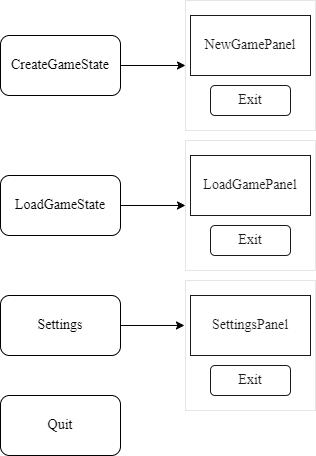
This is ДипломДокументы/ПЗFarm/Основная часть/Схемы/mainmenu.drawio (1).png from MAZUTA89/Farmer-s-Valley, a draw.io export, as it was before one commit. Source tidied: cells renumbered, new cells last; positions are measured from the earlier drawing's top-left corner, leaving out a move shared by most shapes.
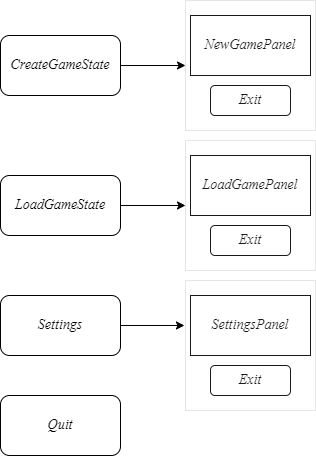
After the commit.

What changed in the source:
```diff
@@ -2,52 +2,52 @@
   <root>
     <mxCell id="0" />
     <mxCell id="1" parent="0" />
-    <mxCell id="2" value="CreateGameState" style="rounded=1;whiteSpace=wrap;html=1;fontSize=14;fontFamily=Times New Roman;" parent="1" vertex="1">
+    <mxCell id="2" value="CreateGameState" style="rounded=1;whiteSpace=wrap;html=1;fontSize=14;fontFamily=Times New Roman;fontStyle=2;" parent="1" vertex="1">
       <mxGeometry y="35" width="120" height="60" as="geometry" />
     </mxCell>
-    <mxCell id="3" value="LoadGameState" style="rounded=1;whiteSpace=wrap;html=1;fontSize=14;fontFamily=Times New Roman;" parent="1" vertex="1">
+    <mxCell id="3" value="LoadGameState" style="rounded=1;whiteSpace=wrap;html=1;fontSize=14;fontFamily=Times New Roman;fontStyle=2;" parent="1" vertex="1">
       <mxGeometry y="175" width="120" height="60" as="geometry" />
     </mxCell>
-    <mxCell id="4" value="Settings" style="rounded=1;whiteSpace=wrap;html=1;fontSize=14;fontFamily=Times New Roman;" parent="1" vertex="1">
+    <mxCell id="4" value="Settings" style="rounded=1;whiteSpace=wrap;html=1;fontSize=14;fontFamily=Times New Roman;fontStyle=2;" parent="1" vertex="1">
       <mxGeometry y="295" width="120" height="60" as="geometry" />
     </mxCell>
-    <mxCell id="5" value="Quit" style="rounded=1;whiteSpace=wrap;html=1;fontSize=14;fontFamily=Times New Roman;" parent="1" vertex="1">
+    <mxCell id="5" value="Quit" style="rounded=1;whiteSpace=wrap;html=1;fontSize=14;fontFamily=Times New Roman;fontStyle=2;" parent="1" vertex="1">
       <mxGeometry y="395" width="120" height="60" as="geometry" />
     </mxCell>
-    <mxCell id="6" value="NewGamePanel" style="rounded=0;whiteSpace=wrap;html=1;fontFamily=Times New Roman;fontSize=14;" parent="1" vertex="1">
+    <mxCell id="6" value="NewGamePanel" style="rounded=0;whiteSpace=wrap;html=1;fontFamily=Times New Roman;fontSize=14;fontStyle=2;" parent="1" vertex="1">
       <mxGeometry x="190" y="15" width="120" height="60" as="geometry" />
     </mxCell>
-    <mxCell id="7" value="Exit" style="rounded=1;whiteSpace=wrap;html=1;fontSize=14;fontFamily=Times New Roman;" parent="1" vertex="1">
+    <mxCell id="7" value="Exit" style="rounded=1;whiteSpace=wrap;html=1;fontSize=14;fontFamily=Times New Roman;fontStyle=2;" parent="1" vertex="1">
       <mxGeometry x="210" y="85" width="80" height="30" as="geometry" />
     </mxCell>
-    <mxCell id="8" style="whiteSpace=wrap;html=1;opacity=10;" parent="1" vertex="1">
+    <mxCell id="8" style="whiteSpace=wrap;html=1;opacity=10;fontStyle=2;" parent="1" vertex="1">
       <mxGeometry x="185" width="130" height="130" as="geometry" />
     </mxCell>
-    <mxCell id="9" style="endArrow=classic;html=1;rounded=0;entryX=0;entryY=0.5;entryDx=0;entryDy=0;exitX=1;exitY=0.5;exitDx=0;exitDy=0;" parent="1" edge="1" source="2" target="8">
+    <mxCell id="9" style="endArrow=classic;html=1;rounded=0;entryX=0;entryY=0.5;entryDx=0;entryDy=0;exitX=1;exitY=0.5;exitDx=0;exitDy=0;fontStyle=2;" parent="1" edge="1" source="2" target="8">
       <mxGeometry relative="1" as="geometry" />
     </mxCell>
-    <mxCell id="10" value="LoadGamePanel" style="rounded=0;whiteSpace=wrap;html=1;fontFamily=Times New Roman;fontSize=14;" parent="1" vertex="1">
+    <mxCell id="10" value="LoadGamePanel" style="rounded=0;whiteSpace=wrap;html=1;fontFamily=Times New Roman;fontSize=14;fontStyle=2;" parent="1" vertex="1">
       <mxGeometry x="190" y="155" width="120" height="60" as="geometry" />
     </mxCell>
-    <mxCell id="11" value="Exit" style="rounded=1;whiteSpace=wrap;html=1;fontSize=14;fontFamily=Times New Roman;" parent="1" vertex="1">
+    <mxCell id="11" value="Exit" style="rounded=1;whiteSpace=wrap;html=1;fontSize=14;fontFamily=Times New Roman;fontStyle=2;" parent="1" vertex="1">
       <mxGeometry x="210" y="225" width="80" height="30" as="geometry" />
     </mxCell>
-    <mxCell id="12" style="whiteSpace=wrap;html=1;opacity=10;" parent="1" vertex="1">
+    <mxCell id="12" style="whiteSpace=wrap;html=1;opacity=10;fontStyle=2;" parent="1" vertex="1">
       <mxGeometry x="185" y="140" width="130" height="130" as="geometry" />
     </mxCell>
-    <mxCell id="13" value="SettingsPanel" style="rounded=0;whiteSpace=wrap;html=1;fontFamily=Times New Roman;fontSize=14;" parent="1" vertex="1">
+    <mxCell id="13" value="SettingsPanel" style="rounded=0;whiteSpace=wrap;html=1;fontFamily=Times New Roman;fontSize=14;fontStyle=2;" parent="1" vertex="1">
       <mxGeometry x="190" y="295" width="120" height="60" as="geometry" />
     </mxCell>
-    <mxCell id="14" value="Exit" style="rounded=1;whiteSpace=wrap;html=1;fontSize=14;fontFamily=Times New Roman;" parent="1" vertex="1">
+    <mxCell id="14" value="Exit" style="rounded=1;whiteSpace=wrap;html=1;fontSize=14;fontFamily=Times New Roman;fontStyle=2;" parent="1" vertex="1">
       <mxGeometry x="210" y="365" width="80" height="30" as="geometry" />
     </mxCell>
-    <mxCell id="15" style="whiteSpace=wrap;html=1;opacity=10;" parent="1" vertex="1">
+    <mxCell id="15" style="whiteSpace=wrap;html=1;opacity=10;fontStyle=2;" parent="1" vertex="1">
       <mxGeometry x="185" y="280" width="130" height="130" as="geometry" />
     </mxCell>
-    <mxCell id="16" style="endArrow=classic;html=1;rounded=0;exitX=1;exitY=0.5;exitDx=0;exitDy=0;entryX=0;entryY=0.5;entryDx=0;entryDy=0;" parent="1" edge="1" source="3" target="12">
+    <mxCell id="16" style="endArrow=classic;html=1;rounded=0;exitX=1;exitY=0.5;exitDx=0;exitDy=0;entryX=0;entryY=0.5;entryDx=0;entryDy=0;fontStyle=2;" parent="1" edge="1" source="3" target="12">
       <mxGeometry relative="1" as="geometry" />
     </mxCell>
-    <mxCell id="17" style="edgeStyle=orthogonalEdgeStyle;rounded=0;jettySize=auto;html=1;exitX=1;exitY=0.5;exitDx=0;exitDy=0;entryX=-0.008;entryY=0.346;entryDx=0;entryDy=0;entryPerimeter=0;" parent="1" edge="1" source="4" target="15">
+    <mxCell id="17" style="edgeStyle=orthogonalEdgeStyle;rounded=0;jettySize=auto;html=1;exitX=1;exitY=0.5;exitDx=0;exitDy=0;entryX=-0.008;entryY=0.346;entryDx=0;entryDy=0;entryPerimeter=0;fontStyle=2;" parent="1" edge="1" source="4" target="15">
       <mxGeometry relative="1" as="geometry" />
     </mxCell>
   </root>
```
